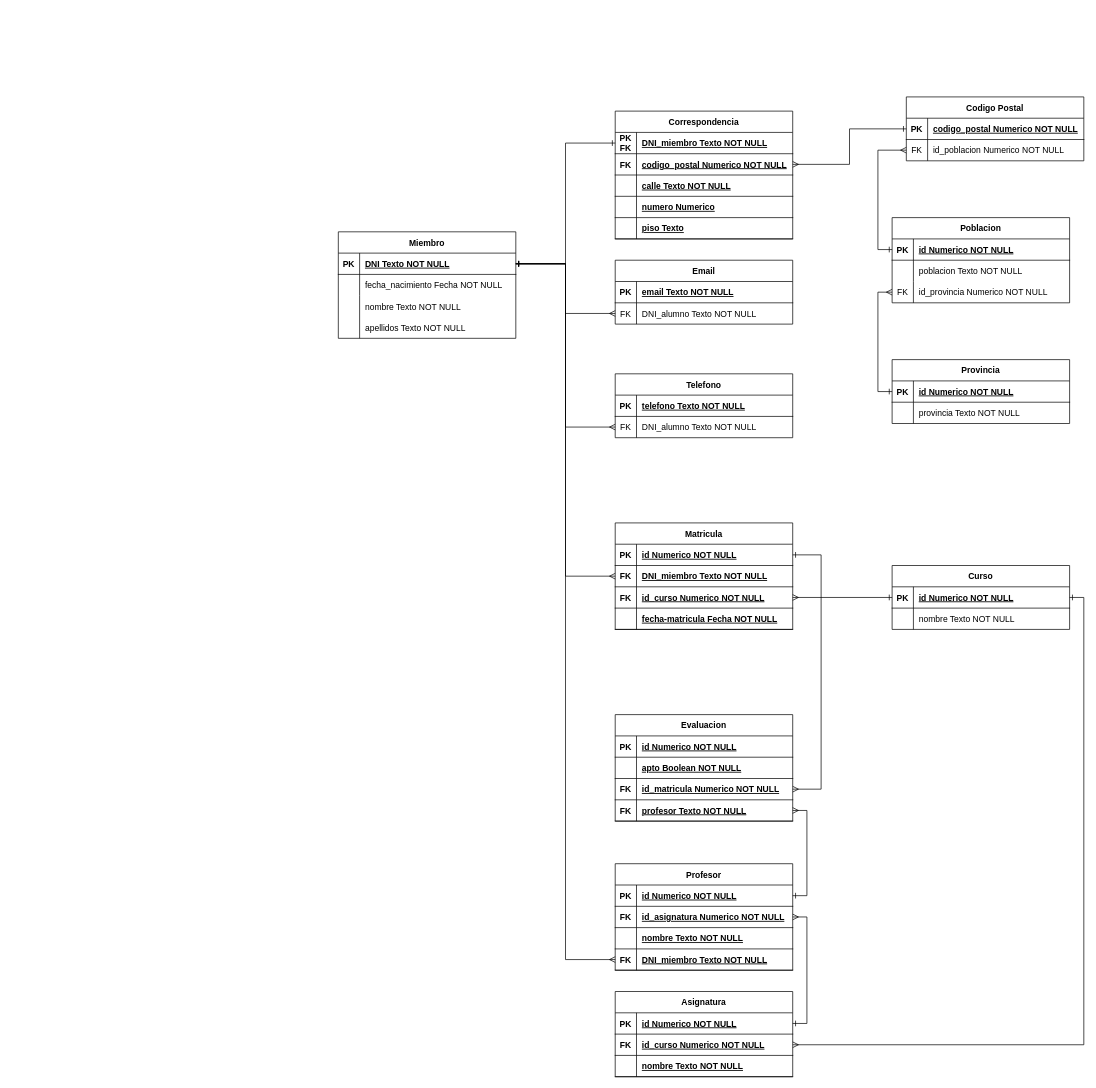
This is 04-MODELADO-DE-DATOS-INTRODUCCION-SQL/clase1/Academia.drawio from codesthenos/KeepCoding-Bootcamp-WEB17-Apuntes, a draw.io file, before an edit. Source tidied: cells renumbered, new cells numbered last; positions are measured from the earlier drawing's top-left corner, leaving out a move shared by most shapes. Both pictures are drawn from the tidied source at 71%, with x=0, y=0 at pixel (338, 97).
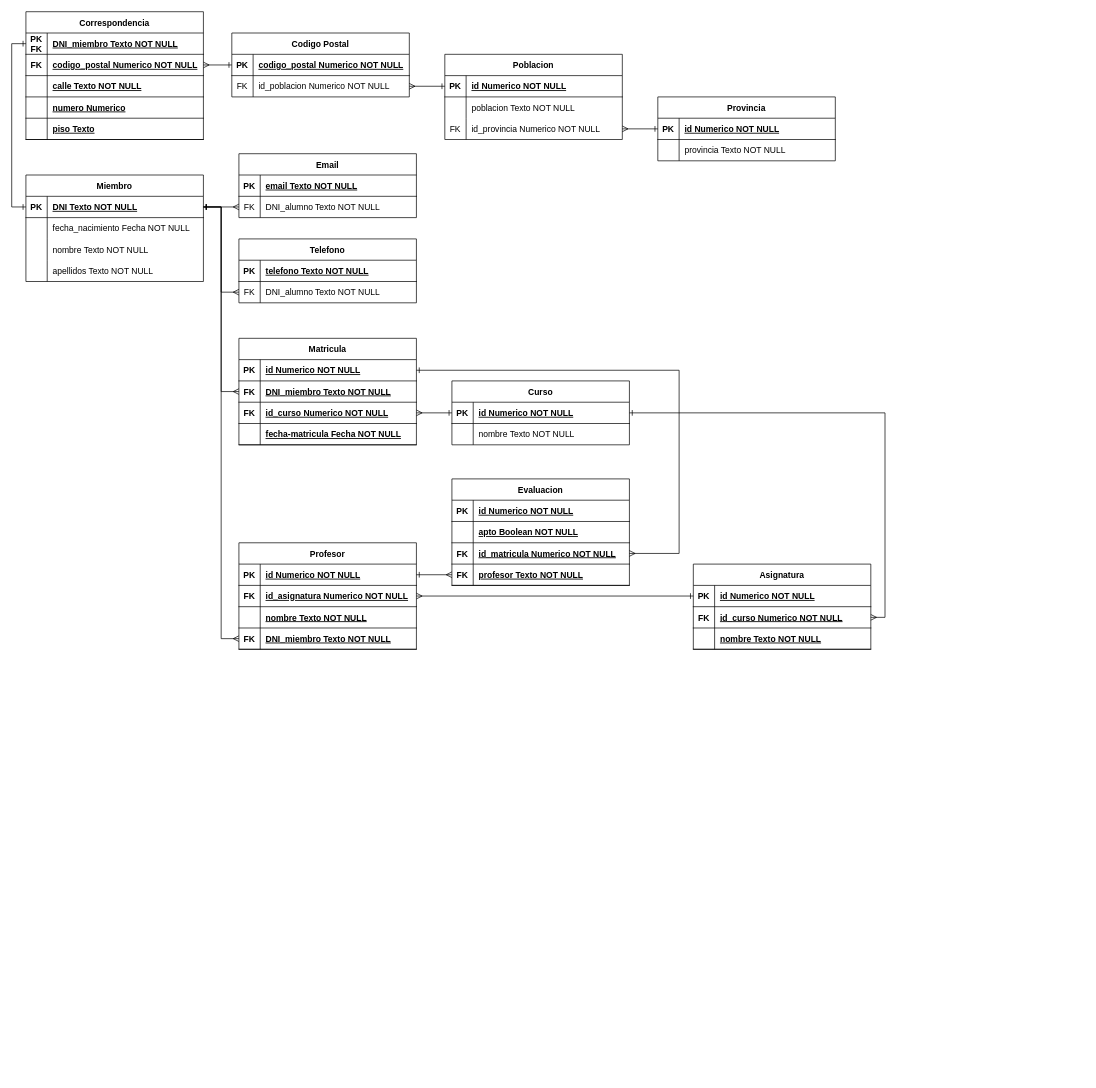
After the change.

Commit message (it also covers changes not shown here):
Recoloco un poco las tablas para entenderlas mejor

The change refers to these unchanged cells:
```xml
<mxCell id="3" style="shape=partialRectangle;fillColor=none;points=[[0,0.5],[1,0.5]];portConstraint=eastwest;top=0;left=0;right=0;bottom=1;" parent="2" vertex="1">
  <mxGeometry y="30" width="250" height="30" as="geometry" />
</mxCell>
<mxCell id="26" style="shape=partialRectangle;fillColor=none;points=[[0,0.5],[1,0.5]];portConstraint=eastwest;top=0;left=0;right=0;bottom=1;" parent="25" vertex="1">
  <mxGeometry y="30" width="250" height="30" as="geometry" />
</mxCell>
<mxCell id="36" style="shape=partialRectangle;fillColor=none;points=[[0,0.5],[1,0.5]];portConstraint=eastwest;top=0;left=0;right=0;bottom=1;" parent="35" vertex="1">
  <mxGeometry y="30" width="250" height="30" as="geometry" />
</mxCell>
<mxCell id="60" style="shape=partialRectangle;fillColor=none;points=[[0,0.5],[1,0.5]];portConstraint=eastwest;top=0;left=0;right=0;bottom=0;" parent="56" vertex="1">
  <mxGeometry y="60" width="250" height="30" as="geometry" />
</mxCell>
<mxCell id="65" style="shape=partialRectangle;fillColor=none;points=[[0,0.5],[1,0.5]];portConstraint=eastwest;top=0;left=0;right=0;bottom=1;" parent="64" vertex="1">
  <mxGeometry y="30" width="250" height="30" as="geometry" />
</mxCell>
<mxCell id="82" style="shape=partialRectangle;fillColor=none;points=[[0,0.5],[1,0.5]];portConstraint=eastwest;top=0;left=0;right=0;bottom=1;" parent="81" vertex="1">
  <mxGeometry y="30" width="250" height="30" as="geometry" />
</mxCell>
<mxCell id="89" style="shape=partialRectangle;fillColor=none;points=[[0,0.5],[1,0.5]];portConstraint=eastwest;top=0;left=0;right=0;bottom=1;" parent="88" vertex="1">
  <mxGeometry y="30" width="250" height="30" as="geometry" />
</mxCell>
<mxCell id="95" style="shape=partialRectangle;fillColor=none;points=[[0,0.5],[1,0.5]];portConstraint=eastwest;top=0;left=0;right=0;bottom=0;" parent="88" vertex="1">
  <mxGeometry y="90" width="250" height="30" as="geometry" />
</mxCell>
<mxCell id="102" style="shape=partialRectangle;fillColor=none;points=[[0,0.5],[1,0.5]];portConstraint=eastwest;top=0;left=0;right=0;bottom=0;" parent="98" vertex="1">
  <mxGeometry y="60" width="250" height="30" as="geometry" />
</mxCell>
<mxCell id="115" style="shape=partialRectangle;fillColor=none;points=[[0,0.5],[1,0.5]];portConstraint=eastwest;top=0;left=0;right=0;bottom=1;" parent="108" vertex="1">
  <mxGeometry y="90" width="250" height="30" as="geometry" />
</mxCell>
<mxCell id="118" style="shape=partialRectangle;fillColor=none;points=[[0,0.5],[1,0.5]];portConstraint=eastwest;top=0;left=0;right=0;bottom=1;" parent="108" vertex="1">
  <mxGeometry y="120" width="250" height="30" as="geometry" />
</mxCell>
<mxCell id="123" style="shape=partialRectangle;fillColor=none;points=[[0,0.5],[1,0.5]];portConstraint=eastwest;top=0;left=0;right=0;bottom=1;" parent="122" vertex="1">
  <mxGeometry y="30" width="250" height="30" as="geometry" />
</mxCell>
<mxCell id="126" style="shape=partialRectangle;fillColor=none;points=[[0,0.5],[1,0.5]];portConstraint=eastwest;top=0;left=0;right=0;bottom=1;" parent="122" vertex="1">
  <mxGeometry y="60" width="250" height="30" as="geometry" />
</mxCell>
```

Diff of the diagram source:
```diff
@@
     <mxCell id="2" value="Matricula" style="shape=table;startSize=30;childLayout=tableLayout;rowLines=0;fontStyle=1;align=center;" parent="1" vertex="1">
-      <mxGeometry x="390" y="600" width="250" height="150" as="geometry" />
+      <mxGeometry x="-140" y="340" width="250" height="150" as="geometry" />
     </mxCell>
@@
     <mxCell id="15" value="Curso" style="shape=table;startSize=30;childLayout=tableLayout;rowLines=0;fontStyle=1;align=center;" parent="1" vertex="1">
-      <mxGeometry x="780" y="660" width="250" height="90" as="geometry" />
+      <mxGeometry x="160" y="400" width="250" height="90" as="geometry" />
     </mxCell>
@@
     <mxCell id="25" value="Asignatura" style="shape=table;startSize=30;childLayout=tableLayout;rowLines=0;fontStyle=1;align=center;" parent="1" vertex="1">
-      <mxGeometry x="390" y="1260" width="250" height="120" as="geometry" />
+      <mxGeometry x="500" y="658" width="250" height="120" as="geometry" />
     </mxCell>
@@
     <mxCell id="35" value="Miembro" style="shape=table;startSize=30;childLayout=tableLayout;rowLines=0;fontStyle=1;align=center;" parent="1" vertex="1">
-      <mxGeometry y="190" width="250" height="150" as="geometry" />
+      <mxGeometry x="-440" y="110" width="250" height="150" as="geometry" />
     </mxCell>
@@
     <mxCell id="48" value="Email" style="shape=table;startSize=30;childLayout=tableLayout;rowLines=0;fontStyle=1;align=center;" parent="1" vertex="1">
-      <mxGeometry x="390" y="230" width="250" height="90" as="geometry" />
+      <mxGeometry x="-140" y="80" width="250" height="90" as="geometry" />
     </mxCell>
@@
     <mxCell id="56" value="Telefono" style="shape=table;startSize=30;childLayout=tableLayout;rowLines=0;fontStyle=1;align=center;" parent="1" vertex="1">
-      <mxGeometry x="390" y="390" width="250" height="90" as="geometry" />
+      <mxGeometry x="-140" y="200" width="250" height="90" as="geometry" />
     </mxCell>
@@
-    <mxCell id="63" style="edgeStyle=orthogonalEdgeStyle;rounded=0;jettySize=auto;html=1;exitX=1;exitY=0.5;exitDx=0;exitDy=0;entryX=0;entryY=0.5;entryDx=0;entryDy=0;startArrow=ERone;startFill=0;endArrow=ERmany;endFill=0;" parent="1" edge="1" source="36" target="60">
+    <mxCell id="63" style="edgeStyle=orthogonalEdgeStyle;rounded=0;jettySize=auto;html=1;exitX=1;exitY=0.5;exitDx=0;exitDy=0;startArrow=ERone;startFill=0;endArrow=ERmany;endFill=0;entryX=0;entryY=0.5;entryDx=0;entryDy=0;" parent="1" edge="1" source="36" target="60">
       <mxGeometry relative="1" as="geometry" />
     </mxCell>
     <mxCell id="64" value="Correspondencia" style="shape=table;startSize=30;childLayout=tableLayout;rowLines=0;fontStyle=1;align=center;" parent="1" vertex="1">
-      <mxGeometry x="390" y="20" width="250" height="180" as="geometry" />
+      <mxGeometry x="-440" y="-120" width="250" height="180" as="geometry" />
     </mxCell>
@@
-    <mxCell id="80" style="edgeStyle=orthogonalEdgeStyle;rounded=0;jettySize=auto;html=1;exitX=1;exitY=0.5;exitDx=0;exitDy=0;entryX=0;entryY=0.5;entryDx=0;entryDy=0;startArrow=ERone;startFill=0;endArrow=ERone;endFill=0;" parent="1" edge="1" source="36" target="65">
+    <mxCell id="80" style="edgeStyle=orthogonalEdgeStyle;rounded=0;jettySize=auto;html=1;entryX=0;entryY=0.5;entryDx=0;entryDy=0;startArrow=ERone;startFill=0;endArrow=ERone;endFill=0;" parent="1" edge="1" source="36" target="65">
       <mxGeometry relative="1" as="geometry" />
     </mxCell>
     <mxCell id="81" value="Provincia" style="shape=table;startSize=30;childLayout=tableLayout;rowLines=0;fontStyle=1;align=center;" parent="1" vertex="1">
-      <mxGeometry x="780" y="370" width="250" height="90" as="geometry" />
+      <mxGeometry x="450" width="250" height="90" as="geometry" />
     </mxCell>
@@
     <mxCell id="88" value="Poblacion" style="shape=table;startSize=30;childLayout=tableLayout;rowLines=0;fontStyle=1;align=center;" parent="1" vertex="1">
-      <mxGeometry x="780" y="170" width="250" height="120" as="geometry" />
+      <mxGeometry x="150" y="-60" width="250" height="120" as="geometry" />
     </mxCell>
@@
     <mxCell id="98" value="Codigo Postal" style="shape=table;startSize=30;childLayout=tableLayout;rowLines=0;fontStyle=1;align=center;" parent="1" vertex="1">
-      <mxGeometry x="800" width="250" height="90" as="geometry" />
+      <mxGeometry x="-150" y="-90" width="250" height="90" as="geometry" />
     </mxCell>
@@
-    <mxCell id="106" style="edgeStyle=orthogonalEdgeStyle;rounded=0;jettySize=auto;html=1;exitX=0;exitY=0.5;exitDx=0;exitDy=0;entryX=0;entryY=0.5;entryDx=0;entryDy=0;startArrow=ERmany;startFill=0;endArrow=ERone;endFill=0;" parent="1" edge="1" source="102" target="89">
+    <mxCell id="106" style="edgeStyle=orthogonalEdgeStyle;rounded=0;jettySize=auto;html=1;exitX=1;exitY=0.5;exitDx=0;exitDy=0;entryX=0;entryY=0.5;entryDx=0;entryDy=0;startArrow=ERmany;startFill=0;endArrow=ERone;endFill=0;" parent="1" edge="1" source="102" target="89">
       <mxGeometry relative="1" as="geometry" />
     </mxCell>
-    <mxCell id="107" style="edgeStyle=orthogonalEdgeStyle;rounded=0;jettySize=auto;html=1;exitX=0;exitY=0.5;exitDx=0;exitDy=0;entryX=0;entryY=0.5;entryDx=0;entryDy=0;startArrow=ERmany;startFill=0;endArrow=ERone;endFill=0;" parent="1" edge="1" source="95" target="82">
+    <mxCell id="107" style="edgeStyle=orthogonalEdgeStyle;rounded=0;jettySize=auto;html=1;exitX=1;exitY=0.5;exitDx=0;exitDy=0;entryX=0;entryY=0.5;entryDx=0;entryDy=0;startArrow=ERmany;startFill=0;endArrow=ERone;endFill=0;" parent="1" edge="1" source="95" target="82">
       <mxGeometry relative="1" as="geometry" />
     </mxCell>
     <mxCell id="108" value="Evaluacion" style="shape=table;startSize=30;childLayout=tableLayout;rowLines=0;fontStyle=1;align=center;" parent="1" vertex="1">
-      <mxGeometry x="390" y="870" width="250" height="150" as="geometry" />
+      <mxGeometry x="160" y="538" width="250" height="150" as="geometry" />
     </mxCell>
@@
     <mxCell id="121" style="edgeStyle=orthogonalEdgeStyle;rounded=0;jettySize=auto;html=1;exitX=1;exitY=0.5;exitDx=0;exitDy=0;entryX=1;entryY=0.5;entryDx=0;entryDy=0;startArrow=ERone;startFill=0;endArrow=ERmany;endFill=0;" parent="1" edge="1" source="3" target="115">
       <mxGeometry relative="1" as="geometry">
         <Array as="points">
-          <mxPoint x="680" y="645" />
-          <mxPoint x="680" y="975" />
+          <mxPoint x="480" y="385" />
+          <mxPoint x="480" y="643" />
         </Array>
       </mxGeometry>
     </mxCell>
     <mxCell id="122" value="Profesor" style="shape=table;startSize=30;childLayout=tableLayout;rowLines=0;fontStyle=1;align=center;" parent="1" vertex="1">
-      <mxGeometry x="390" y="1080" width="250" height="150" as="geometry" />
+      <mxGeometry x="-140" y="628" width="250" height="150" as="geometry" />
     </mxCell>
@@
-    <mxCell id="137" style="edgeStyle=orthogonalEdgeStyle;rounded=0;jettySize=auto;html=1;exitX=1;exitY=0.5;exitDx=0;exitDy=0;entryX=1;entryY=0.5;entryDx=0;entryDy=0;startArrow=ERmany;startFill=0;endArrow=ERone;endFill=0;" parent="1" edge="1" source="126" target="26">
+    <mxCell id="137" style="edgeStyle=orthogonalEdgeStyle;rounded=0;jettySize=auto;html=1;exitX=1;exitY=0.5;exitDx=0;exitDy=0;entryX=0;entryY=0.5;entryDx=0;entryDy=0;startArrow=ERmany;startFill=0;endArrow=ERone;endFill=0;" parent="1" edge="1" source="126" target="26">
       <mxGeometry relative="1" as="geometry" />
     </mxCell>
-    <mxCell id="138" style="edgeStyle=orthogonalEdgeStyle;rounded=0;jettySize=auto;html=1;exitX=1;exitY=0.5;exitDx=0;exitDy=0;entryX=1;entryY=0.5;entryDx=0;entryDy=0;startArrow=ERone;startFill=0;endArrow=ERmany;endFill=0;" parent="1" edge="1" source="123" target="118">
+    <mxCell id="138" style="edgeStyle=orthogonalEdgeStyle;rounded=0;jettySize=auto;html=1;exitX=1;exitY=0.5;exitDx=0;exitDy=0;entryX=0;entryY=0.5;entryDx=0;entryDy=0;startArrow=ERone;startFill=0;endArrow=ERmany;endFill=0;" parent="1" edge="1" source="123" target="118">
       <mxGeometry relative="1" as="geometry" />
     </mxCell>
```
